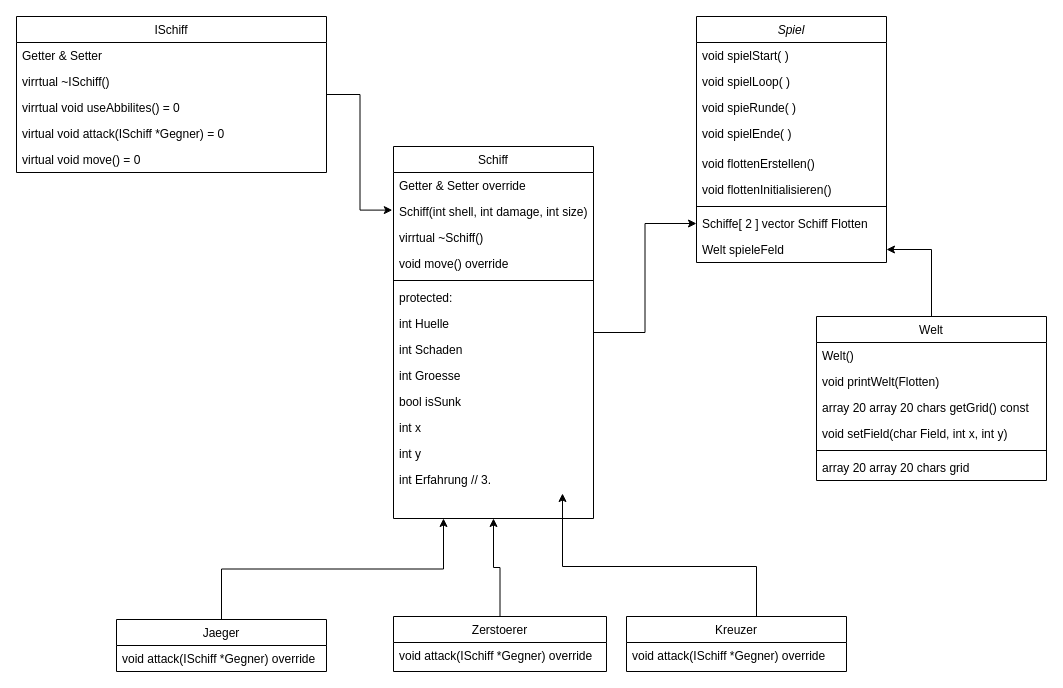
Earlier version of the draw.io diagram Semester-2/C++Files/Flottenkampf/Flottenkampf.drawio (salem-karim/CS-Bachelor). Source tidied: cells renumbered, new cells numbered last; positions are measured from the earlier drawing's top-left corner, leaving out a move shared by most shapes. Both pictures are drawn from the tidied source at 100%, with x=0, y=0 at pixel (16, 16).
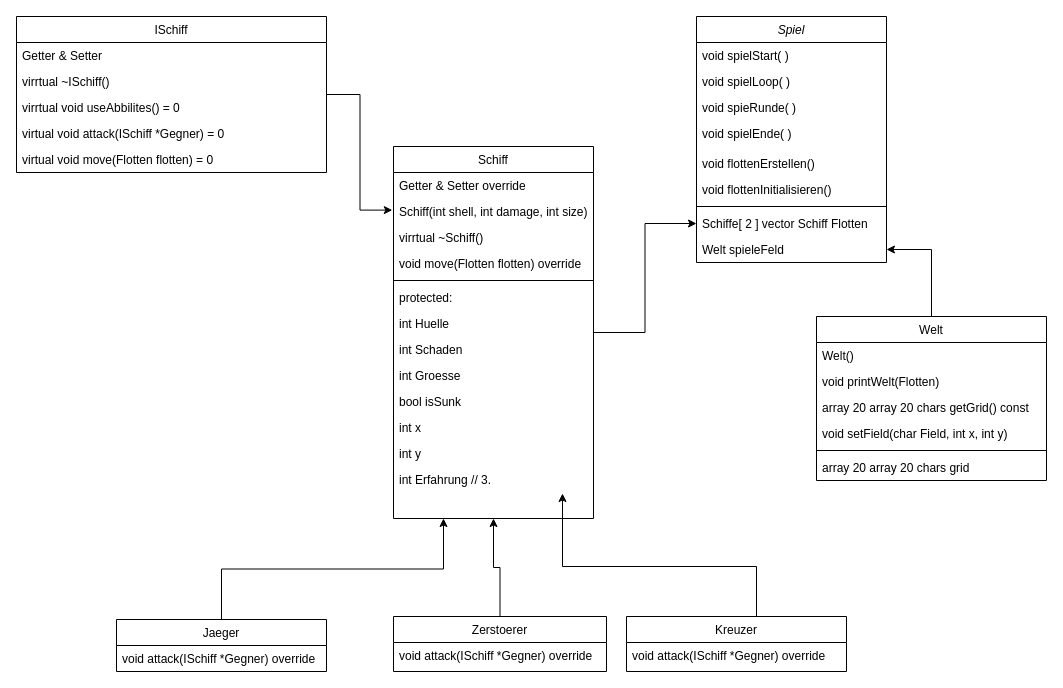
Above is the later version.

The change refers to these unchanged cells:
```xml
<mxCell id="16" value="Schiff" style="swimlane;fontStyle=0;align=center;verticalAlign=top;horizontal=1;startSize=26;rounded=0;shadow=0;strokeWidth=1;" parent="1" vertex="1">
  <mxGeometry x="377" y="130" width="200" height="372" as="geometry" />
</mxCell>
<mxCell id="38" value="ISchiff" style="swimlane;fontStyle=0;align=center;verticalAlign=top;horizontal=1;startSize=26;rounded=0;shadow=0;strokeWidth=1;" parent="1" vertex="1">
  <mxGeometry width="310" height="156" as="geometry" />
</mxCell>
```

What changed in the source:
```diff
@@
-    <mxCell id="20" value="void move() override" style="text;align=left;verticalAlign=top;spacingLeft=4;spacingRight=4;overflow=hidden;" parent="16" vertex="1">
+    <mxCell id="20" value="void move(Flotten flotten) override" style="text;align=left;verticalAlign=top;spacingLeft=4;spacingRight=4;overflow=hidden;" parent="16" vertex="1">
       <mxGeometry y="104" width="200" height="26" as="geometry" />
     </mxCell>
@@
-    <mxCell id="43" value="virtual void move() = 0" style="text;align=left;verticalAlign=top;spacingLeft=4;spacingRight=4;overflow=hidden;" parent="38" vertex="1">
+    <mxCell id="43" value="virtual void move(Flotten flotten) = 0" style="text;align=left;verticalAlign=top;spacingLeft=4;spacingRight=4;overflow=hidden;" parent="38" vertex="1">
       <mxGeometry y="130" width="310" height="26" as="geometry" />
     </mxCell>
```
